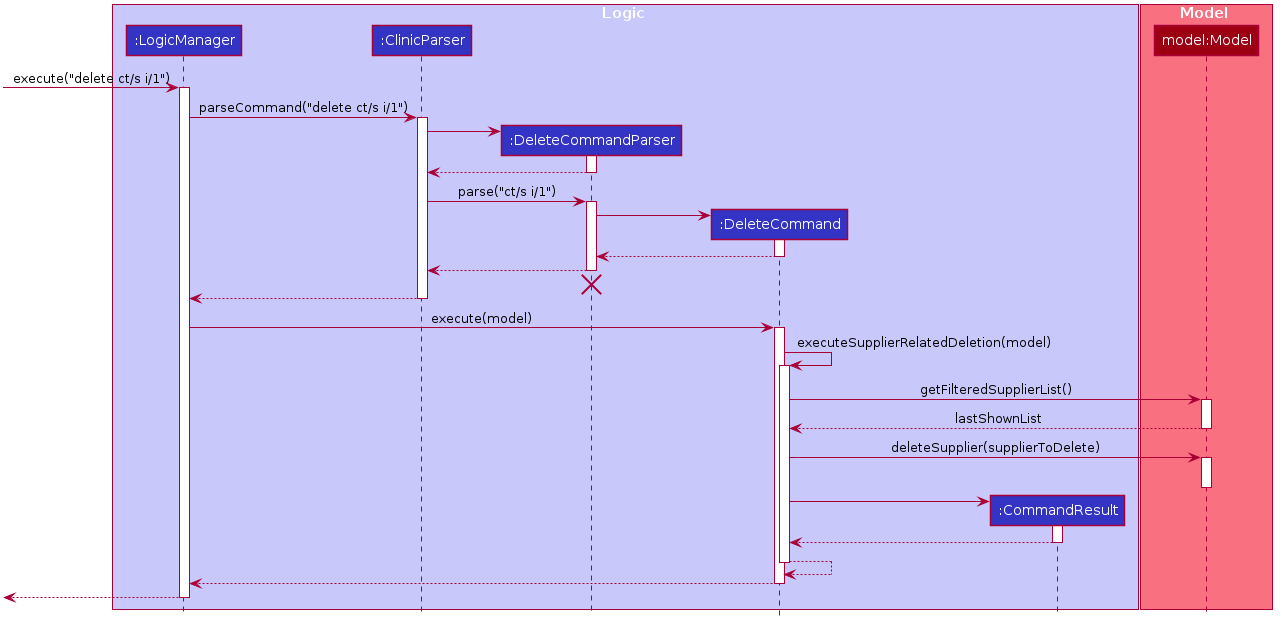
Before: docs/images/DeleteCommandSequenceDiagram.png, a diagram exported from PlantUML (tohyuting/tp).
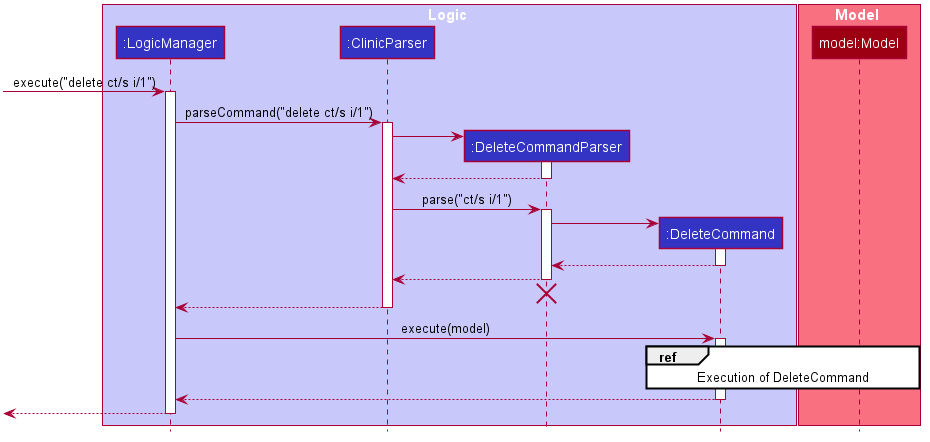
Later version of the same file.

What changed in the source:
```diff
@@ -53,7 +53,6 @@
 participant ":ClinicParser" as ClinicParser #3333C4
 participant ":DeleteCommandParser" as DeleteCommandParser #3333C4
 participant ":DeleteCommand" as DeleteCommand #3333C4
-participant ":CommandResult" as CommandResult #3333C4
 end box
 
 box Model #F97181
@@ -93,24 +92,10 @@
 
 LogicManager -> DeleteCommand : execute(model)
 activate DeleteCommand
+ref over DeleteCommand, Model
+Execution of DeleteCommand
+end
 
-DeleteCommand -> DeleteCommand : executeSupplierRelatedDeletion(model)
-activate DeleteCommand
-DeleteCommand -> Model : getFilteredSupplierList()
-activate Model
-Model --> DeleteCommand : lastShownList
-deactivate Model
-DeleteCommand -> Model : deleteSupplier(supplierToDelete)
-activate Model
-deactivate Model
-create CommandResult
-DeleteCommand -> CommandResult
-activate CommandResult
-
-CommandResult --> DeleteCommand
-deactivate CommandResult
-DeleteCommand --> DeleteCommand
-deactivate DeleteCommand
 
 DeleteCommand --> LogicManager
 deactivate DeleteCommand
```
